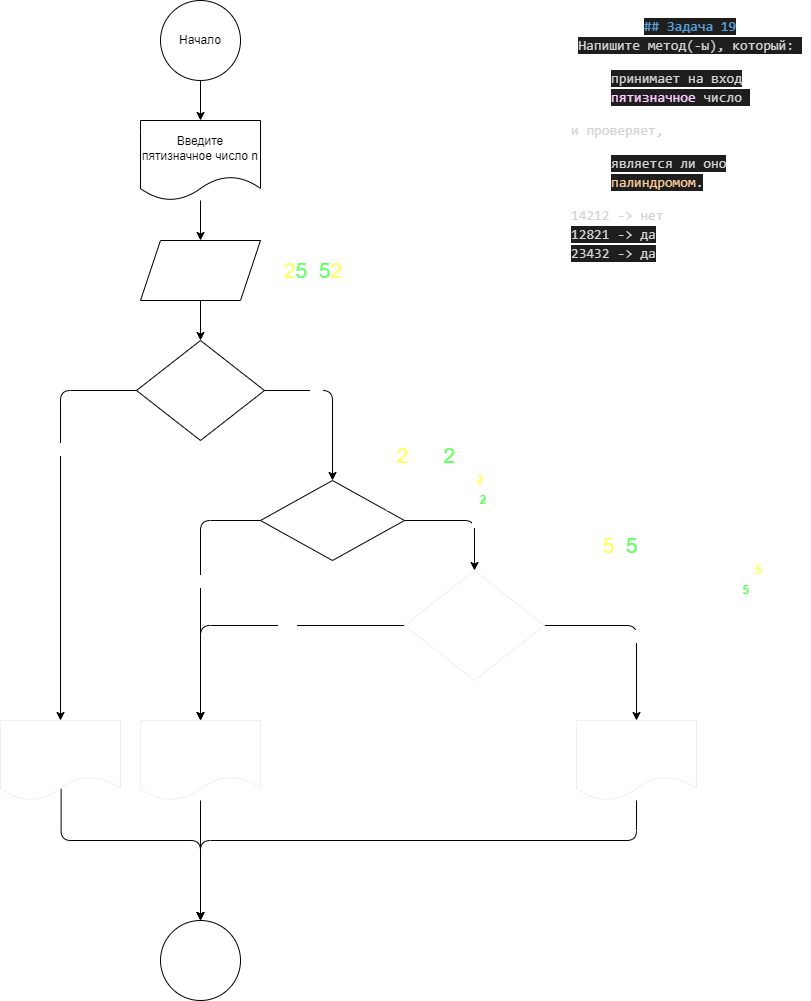
Earlier version of the draw.io export Homework/Homewotk_03/Ex019/diagramma.drawio.png (dvmax1984/Csharp25022023). Source tidied: cells renumbered, new cells last; positions are measured from the earlier drawing's top-left corner, leaving out a move shared by most shapes.
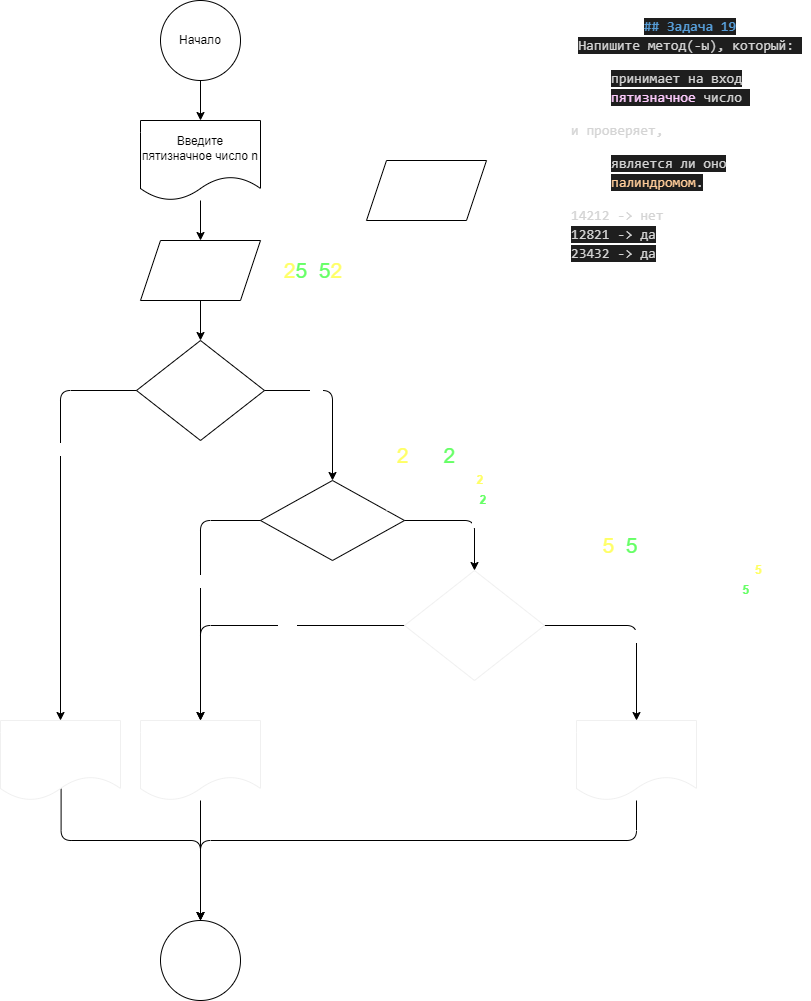
The same diagram one commit later.

Commit message:
Обновил диграмму в задаче HW03Ex019

Diff of the diagram source:
```diff
@@ -124,5 +124,8 @@
     <mxCell id="37" value="&lt;font&gt;Число не является палиндромом&lt;/font&gt;" style="shape=document;whiteSpace=wrap;html=1;boundedLbl=1;strokeColor=#F0F0F0;fontColor=#FFFFFF;fillColor=none;" parent="1" vertex="1">
       <mxGeometry x="576" y="720" width="120" height="80" as="geometry" />
     </mxCell>
+    <mxCell id="38" value="987" style="shape=parallelogram;perimeter=parallelogramPerimeter;whiteSpace=wrap;html=1;fixedSize=1;fontColor=#FFFFFF;fillColor=none;" parent="1" vertex="1">
+      <mxGeometry x="366" y="160" width="120" height="60" as="geometry" />
+    </mxCell>
   </root>
 </mxGraphModel>
```
